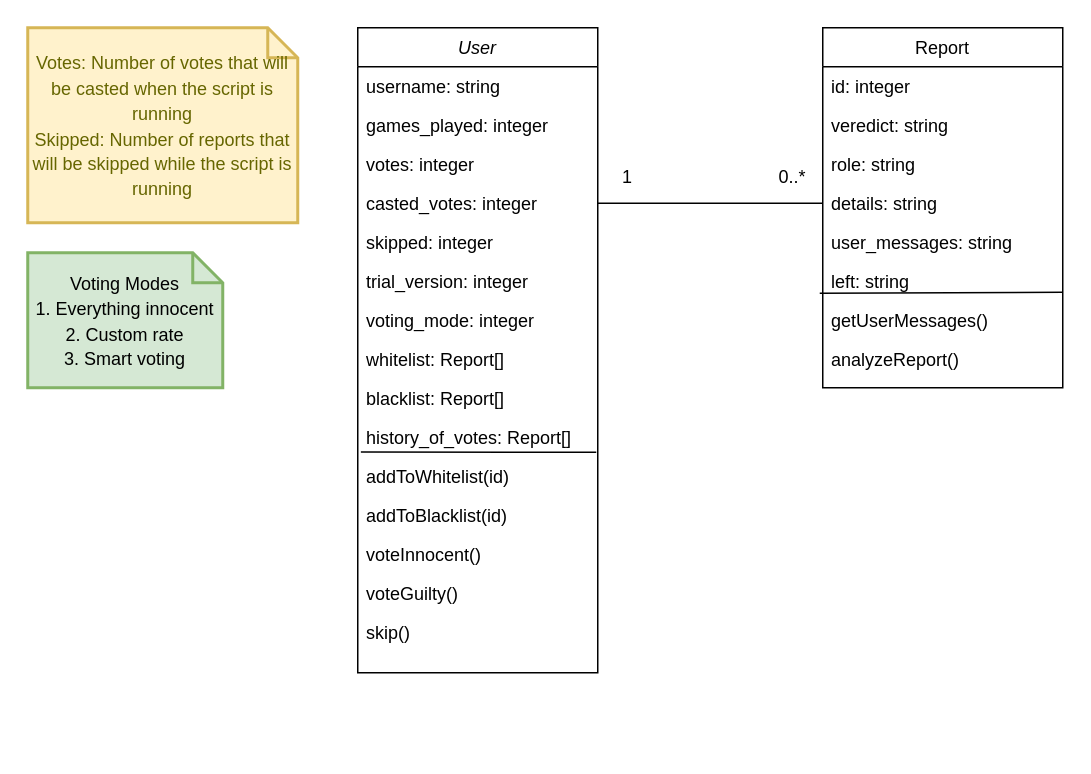
Before: MOD/CD.drawio in NeutronBlast/IS-Ex, a draw.io diagram. Source tidied: cells renumbered, new cells numbered last; positions are measured from the earlier drawing's top-left corner, leaving out a move shared by most shapes. Both pictures are drawn from the tidied source at 150%, with x=0, y=0 at pixel (27, 27).
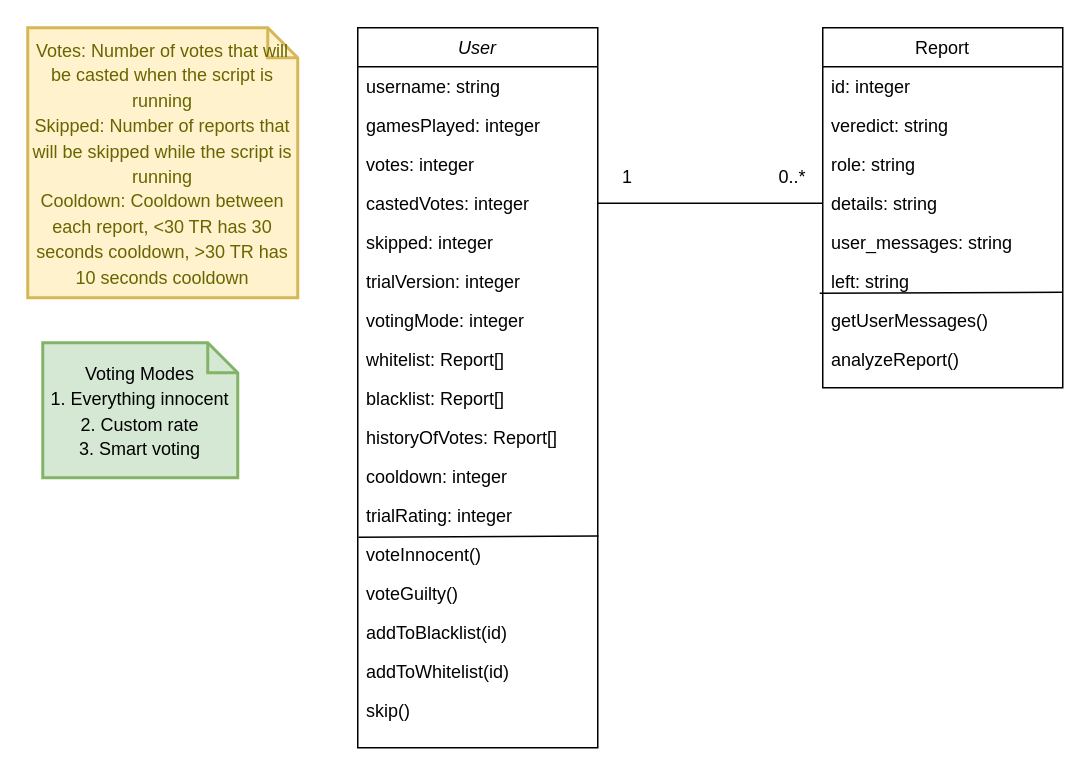
The same diagram, later.

Change to the diagram source:
```diff
@@
     <mxCell id="2" value="User" style="swimlane;fontStyle=2;align=center;verticalAlign=top;horizontal=1;startSize=26;rounded=0;shadow=0;strokeWidth=1;" parent="1" vertex="1">
-      <mxGeometry x="220" width="160" height="430" as="geometry" />
+      <mxGeometry x="220" width="160" height="480" as="geometry" />
     </mxCell>
@@
-    <mxCell id="4" value="games_played: integer" style="text;align=left;verticalAlign=top;spacingLeft=4;spacingRight=4;overflow=hidden;rounded=0;shadow=0;html=0;" parent="2" vertex="1">
+    <mxCell id="4" value="gamesPlayed: integer" style="text;align=left;verticalAlign=top;spacingLeft=4;spacingRight=4;overflow=hidden;rounded=0;shadow=0;html=0;" parent="2" vertex="1">
       <mxGeometry y="52" width="160" height="26" as="geometry" />
     </mxCell>
@@
-    <mxCell id="6" value="casted_votes: integer" style="text;align=left;verticalAlign=top;spacingLeft=4;spacingRight=4;overflow=hidden;points=[[0,0.5],[1,0.5]];portConstraint=eastwest;rounded=0;shadow=0;html=0;" parent="2" vertex="1">
+    <mxCell id="6" value="castedVotes: integer" style="text;align=left;verticalAlign=top;spacingLeft=4;spacingRight=4;overflow=hidden;points=[[0,0.5],[1,0.5]];portConstraint=eastwest;rounded=0;shadow=0;html=0;" parent="2" vertex="1">
       <mxGeometry y="104" width="160" height="26" as="geometry" />
     </mxCell>
@@
-    <mxCell id="8" value="trial_version: integer" style="text;align=left;verticalAlign=top;spacingLeft=4;spacingRight=4;overflow=hidden;rounded=0;shadow=0;html=0;" parent="2" vertex="1">
+    <mxCell id="8" value="trialVersion: integer" style="text;align=left;verticalAlign=top;spacingLeft=4;spacingRight=4;overflow=hidden;rounded=0;shadow=0;html=0;" parent="2" vertex="1">
       <mxGeometry y="156" width="160" height="26" as="geometry" />
     </mxCell>
-    <mxCell id="9" value="voting_mode: integer" style="text;align=left;verticalAlign=top;spacingLeft=4;spacingRight=4;overflow=hidden;rounded=0;shadow=0;html=0;" parent="2" vertex="1">
+    <mxCell id="9" value="votingMode: integer" style="text;align=left;verticalAlign=top;spacingLeft=4;spacingRight=4;overflow=hidden;rounded=0;shadow=0;html=0;" parent="2" vertex="1">
       <mxGeometry y="182" width="160" height="26" as="geometry" />
     </mxCell>
@@
-    <mxCell id="12" value="history_of_votes: Report[]" style="text;align=left;verticalAlign=top;spacingLeft=4;spacingRight=4;overflow=hidden;points=[[0,0.5],[1,0.5]];portConstraint=eastwest;rounded=0;shadow=0;html=0;" parent="2" vertex="1">
+    <mxCell id="12" value="historyOfVotes: Report[]" style="text;align=left;verticalAlign=top;spacingLeft=4;spacingRight=4;overflow=hidden;points=[[0,0.5],[1,0.5]];portConstraint=eastwest;rounded=0;shadow=0;html=0;" parent="2" vertex="1">
       <mxGeometry y="260" width="160" height="26" as="geometry" />
     </mxCell>
+    <mxCell id="34" value="cooldown: integer" style="text;align=left;verticalAlign=top;spacingLeft=4;spacingRight=4;overflow=hidden;rounded=0;shadow=0;html=0;" parent="2" vertex="1">
+      <mxGeometry y="286" width="160" height="26" as="geometry" />
+    </mxCell>
+    <mxCell id="35" value="trialRating: integer" style="text;align=left;verticalAlign=top;spacingLeft=4;spacingRight=4;overflow=hidden;rounded=0;shadow=0;html=0;" parent="2" vertex="1">
+      <mxGeometry y="312" width="160" height="26" as="geometry" />
+    </mxCell>
+    <mxCell id="16" value="voteInnocent()" style="text;align=left;verticalAlign=top;spacingLeft=4;spacingRight=4;overflow=hidden;points=[[0,0.5],[1,0.5]];portConstraint=eastwest;rounded=0;shadow=0;html=0;" parent="2" vertex="1">
+      <mxGeometry y="338" width="160" height="26" as="geometry" />
+    </mxCell>
-    <mxCell id="13" style="endArrow=none;html=1;entryX=0.013;entryY=0.877;entryDx=0;entryDy=0;entryPerimeter=0;" parent="2" edge="1" target="12">
-      <mxGeometry relative="1" as="geometry">
-        <mxPoint x="159" y="283" as="sourcePoint" />
-      </mxGeometry>
+    <mxCell id="13" style="endArrow=none;html=1;exitX=1.003;exitY=0.031;exitDx=0;exitDy=0;entryX=0.003;entryY=0.062;entryDx=0;entryDy=0;entryPerimeter=0;exitPerimeter=0;" parent="2" edge="1" source="16" target="16">
+      <mxGeometry relative="1" as="geometry" />
     </mxCell>
+    <mxCell id="17" value="voteGuilty()" style="text;align=left;verticalAlign=top;spacingLeft=4;spacingRight=4;overflow=hidden;rounded=0;shadow=0;html=0;" parent="2" vertex="1">
+      <mxGeometry y="364" width="160" height="26" as="geometry" />
+    </mxCell>
+    <mxCell id="15" value="addToBlacklist(id)" style="text;align=left;verticalAlign=top;spacingLeft=4;spacingRight=4;overflow=hidden;rounded=0;shadow=0;html=0;" parent="2" vertex="1">
+      <mxGeometry y="390" width="160" height="26" as="geometry" />
+    </mxCell>
     <mxCell id="14" value="addToWhitelist(id)" style="text;align=left;verticalAlign=top;spacingLeft=4;spacingRight=4;overflow=hidden;rounded=0;shadow=0;html=0;" parent="2" vertex="1">
-      <mxGeometry y="286" width="160" height="26" as="geometry" />
+      <mxGeometry y="416" width="160" height="26" as="geometry" />
     </mxCell>
-    <mxCell id="15" value="addToBlacklist(id)" style="text;align=left;verticalAlign=top;spacingLeft=4;spacingRight=4;overflow=hidden;rounded=0;shadow=0;html=0;" parent="2" vertex="1">
-      <mxGeometry y="312" width="160" height="26" as="geometry" />
-    </mxCell>
-    <mxCell id="16" value="voteInnocent()" style="text;align=left;verticalAlign=top;spacingLeft=4;spacingRight=4;overflow=hidden;points=[[0,0.5],[1,0.5]];portConstraint=eastwest;rounded=0;shadow=0;html=0;" parent="2" vertex="1">
-      <mxGeometry y="338" width="160" height="26" as="geometry" />
-    </mxCell>
-    <mxCell id="17" value="voteGuilty()" style="text;align=left;verticalAlign=top;spacingLeft=4;spacingRight=4;overflow=hidden;rounded=0;shadow=0;html=0;" parent="2" vertex="1">
-      <mxGeometry y="364" width="160" height="26" as="geometry" />
-    </mxCell>
     <mxCell id="18" value="skip()" style="text;align=left;verticalAlign=top;spacingLeft=4;spacingRight=4;overflow=hidden;rounded=0;shadow=0;html=0;" parent="2" vertex="1">
-      <mxGeometry y="390" width="160" height="26" as="geometry" />
+      <mxGeometry y="442" width="160" height="26" as="geometry" />
     </mxCell>
@@
-    <mxCell id="29" value="&lt;font style=&quot;font-size: 12px&quot;&gt;Votes: Number of votes that will be casted when the script is running&lt;br&gt;Skipped: Number of reports that will be skipped while the script is running&lt;/font&gt;" style="shape=note;strokeWidth=2;fontSize=14;size=20;whiteSpace=wrap;html=1;fillColor=#fff2cc;strokeColor=#d6b656;fontColor=#666600;" parent="1" vertex="1">
-      <mxGeometry width="180" height="130" as="geometry" />
+    <mxCell id="29" value="&lt;font style=&quot;font-size: 12px&quot;&gt;Votes: Number of votes that will be casted when the script is running&lt;br&gt;Skipped: Number of reports that will be skipped while the script is running&lt;br&gt;Cooldown: Cooldown between each report, &amp;lt;30 TR has 30 seconds cooldown, &amp;gt;30 TR has 10 seconds cooldown&lt;br&gt;&lt;/font&gt;" style="shape=note;strokeWidth=2;fontSize=14;size=20;whiteSpace=wrap;html=1;fillColor=#fff2cc;strokeColor=#d6b656;fontColor=#666600;" parent="1" vertex="1">
+      <mxGeometry width="180" height="180" as="geometry" />
     </mxCell>
     <mxCell id="30" value="&lt;font style=&quot;font-size: 12px&quot;&gt;Voting Modes&lt;br&gt;1. Everything innocent&lt;br&gt;2. Custom rate&lt;br&gt;3. Smart voting&lt;/font&gt;" style="shape=note;strokeWidth=2;fontSize=14;size=20;whiteSpace=wrap;html=1;fillColor=#d5e8d4;strokeColor=#82b366;" parent="1" vertex="1">
-      <mxGeometry y="150" width="130" height="90" as="geometry" />
+      <mxGeometry x="10" y="210" width="130" height="90" as="geometry" />
     </mxCell>
```
